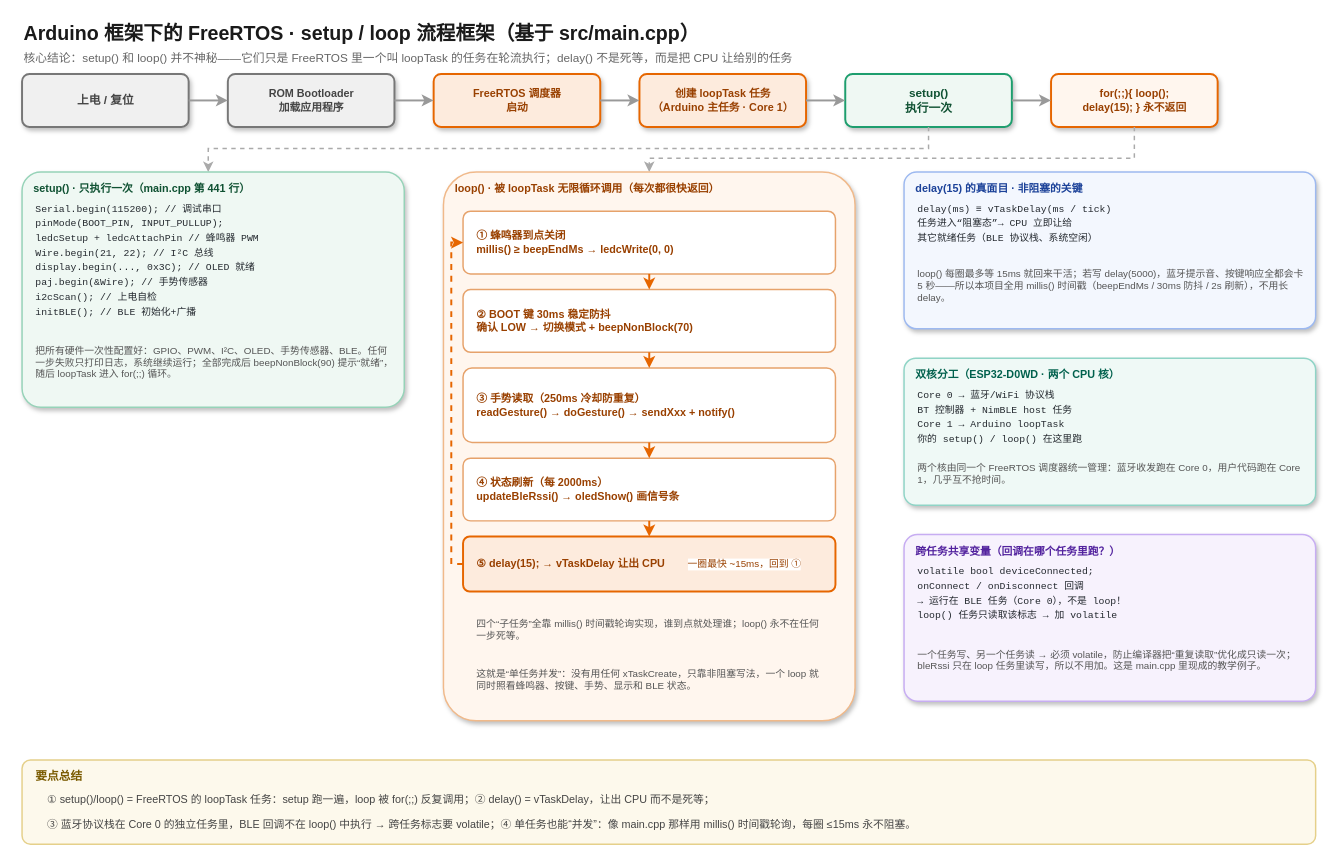
mociyun1997/Gesture_3Mode keeps this draw.io diagram as elements/arduino_freertos_flow.drawio. Above is the earlier version. Source tidied: cells renumbered, new cells numbered last; positions are measured from the earlier drawing's top-left corner, leaving out a move shared by most shapes. Both pictures are drawn from the tidied source at 98%, with x=0, y=0 at pixel (22, 17).
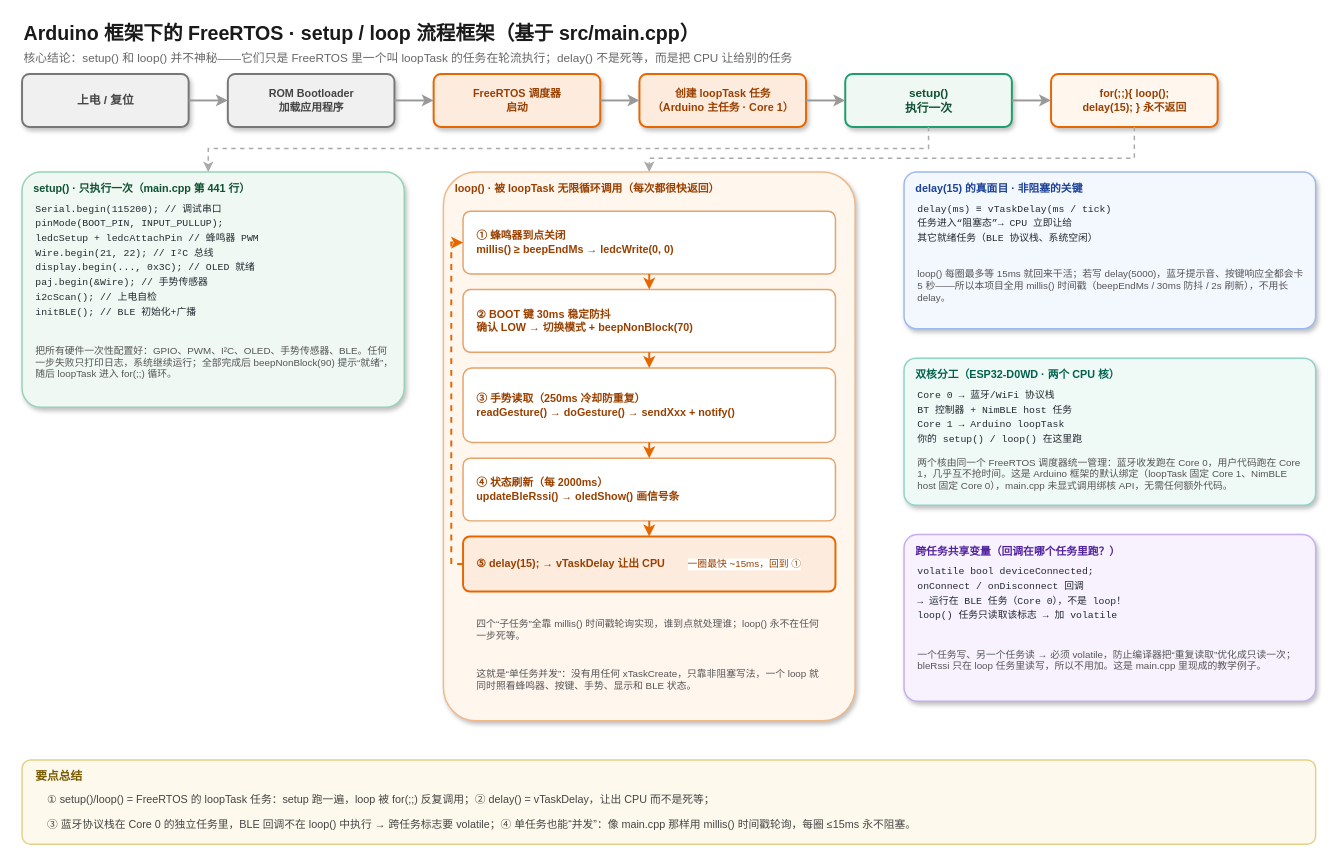
Above is the later version.

Commit message (it also covers changes not shown here):
更改部分程序和图片说明

Diff of the diagram source:
```diff
@@
-    <mxCell id="54" value="两个核由同一个 FreeRTOS 调度器统一管理：蓝牙收发跑在 Core 0，用户代码跑在 Core 1，几乎互不抢时间。" style="text;html=1;fontSize=10;fontColor=#555555;align=left;verticalAlign=middle;spacingLeft=12;spacingRight=10;whiteSpace=wrap;" parent="1" vertex="1">
+    <mxCell id="54" value="两个核由同一个 FreeRTOS 调度器统一管理：蓝牙收发跑在 Core 0，用户代码跑在 Core 1，几乎互不抢时间。这是 Arduino 框架的默认绑定（loopTask 固定 Core 1、NimBLE host 固定 Core 0），main.cpp 未显式调用绑核 API，无需任何额外代码。" style="text;html=1;fontSize=10;fontColor=#555555;align=left;verticalAlign=middle;spacingLeft=12;spacingRight=10;whiteSpace=wrap;" parent="1" vertex="1">
       <mxGeometry x="900" y="442" width="420" height="48" as="geometry" />
     </mxCell>
```
